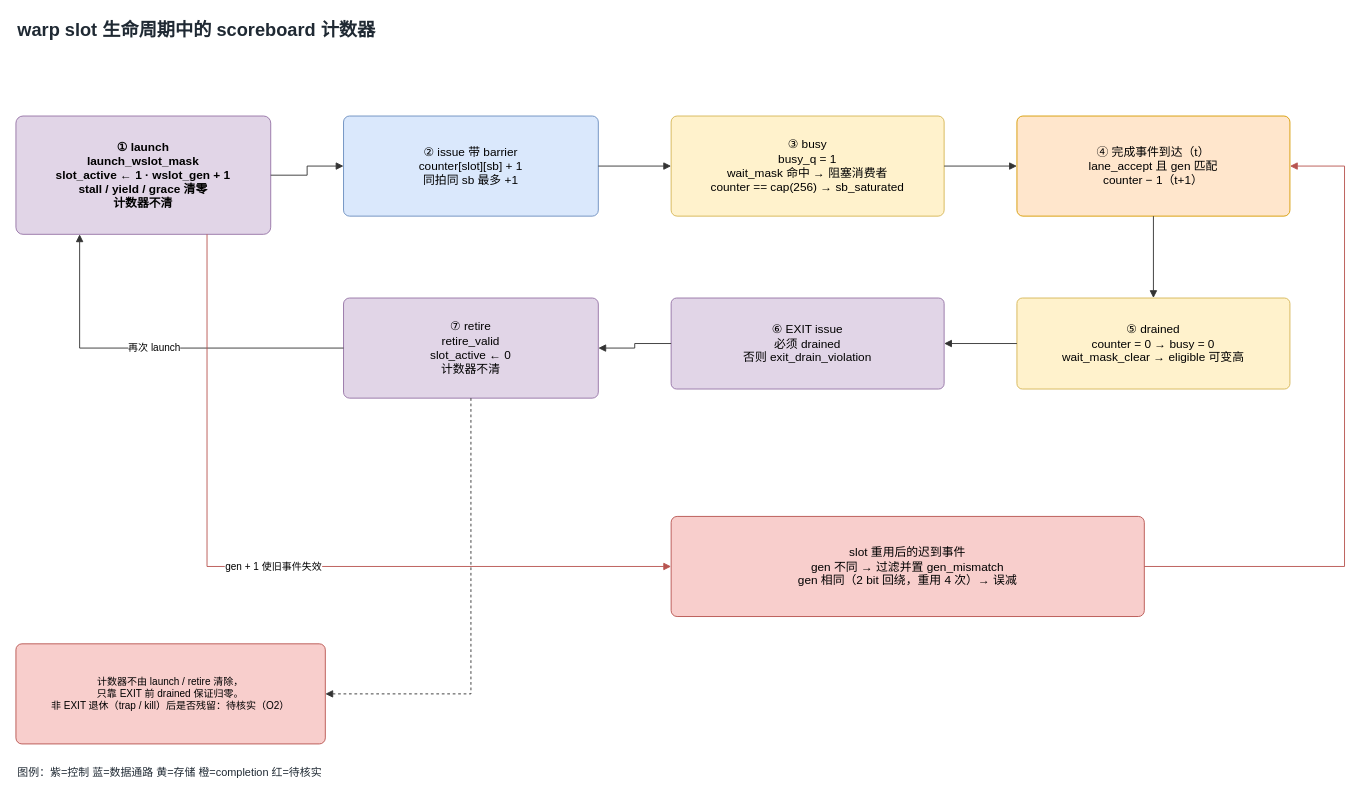
The draw.io diagram projects/currygpu_subcore_ppt169_20261004/sources/08-slot-lifecycle.drawio in WHUDYF/PPT-generate, before the edit. Source tidied: cells renumbered, new cells numbered last; positions are measured from the earlier drawing's top-left corner, leaving out a move shared by most shapes. Both pictures are drawn from the tidied source at 91%, with x=0, y=0 at pixel (15, 15).
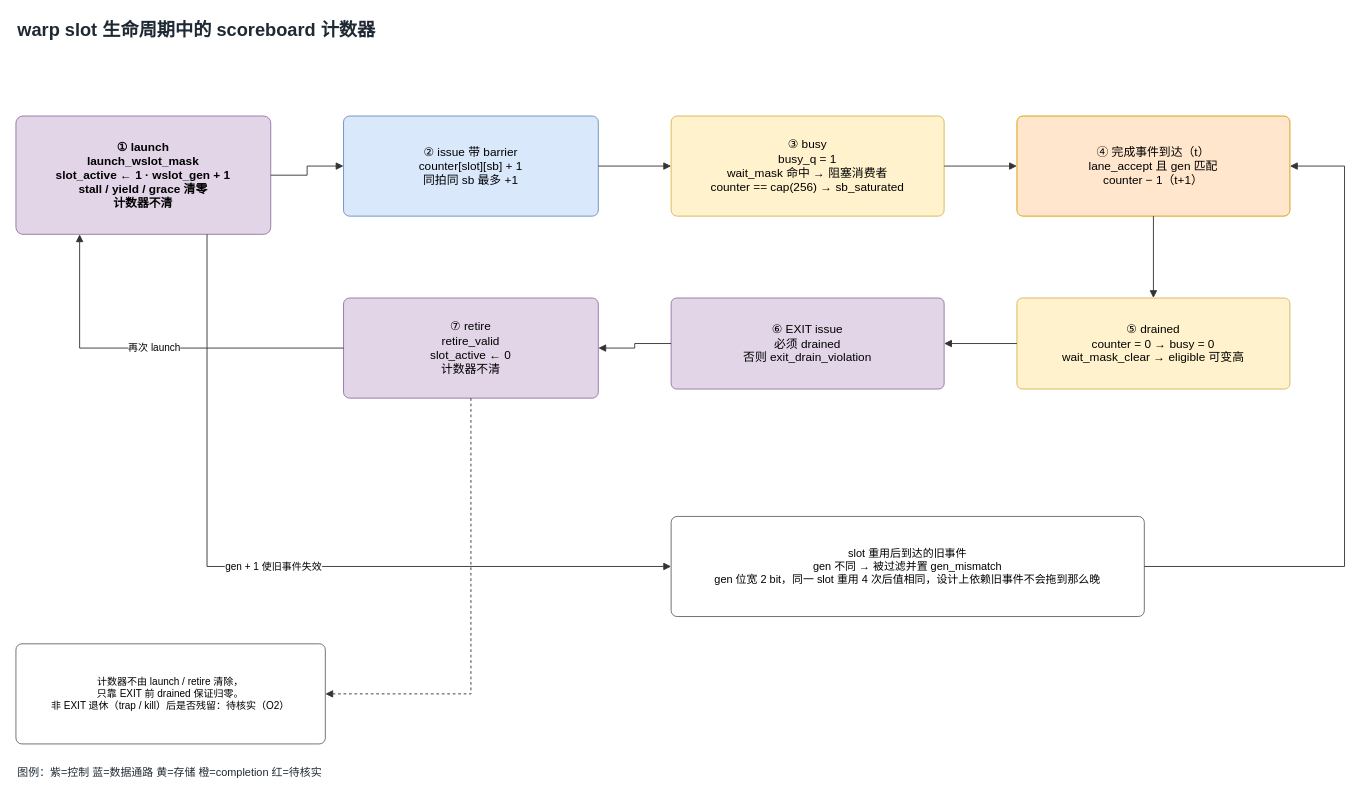
The same page after the edit.

The change refers to these unchanged cells:
```xml
<mxCell id="3" value="① launch&#10;launch_wslot_mask&#10;slot_active ← 1 · wslot_gen + 1&#10;stall / yield / grace 清零&#10;计数器不清" style="rounded=1;arcSize=6;whiteSpace=wrap;html=1;fillColor=#E1D5E7;strokeColor=#9673A6;fontSize=13;fontStyle=1;" parent="1" vertex="1">
  <mxGeometry y="110" width="280" height="130" as="geometry" />
</mxCell>
<mxCell id="6" value="④ 完成事件到达（t）&#10;lane_accept 且 gen 匹配&#10;counter − 1（t+1）" style="rounded=1;arcSize=6;whiteSpace=wrap;html=1;fillColor=#FFE6CC;strokeColor=#D79B00;fontSize=13;" parent="1" vertex="1">
  <mxGeometry x="1100" y="110" width="300" height="110" as="geometry" />
</mxCell>
```

What changed in the source:
```diff
@@
-    <mxCell id="10" value="slot 重用后的迟到事件&#10;gen 不同 → 过滤并置 gen_mismatch&#10;gen 相同（2 bit 回绕，重用 4 次）→ 误减" style="rounded=1;arcSize=6;whiteSpace=wrap;html=1;fillColor=#F8CECC;strokeColor=#B85450;fontSize=13;" parent="1" vertex="1">
+    <mxCell id="10" value="slot 重用后到达的旧事件&#10;gen 不同 → 被过滤并置 gen_mismatch&#10;gen 位宽 2 bit，同一 slot 重用 4 次后值相同，设计上依赖旧事件不会拖到那么晚" style="rounded=1;arcSize=6;whiteSpace=wrap;html=1;fillColor=#FFFFFF;strokeColor=#666666;fontSize=12;" parent="1" vertex="1">
       <mxGeometry x="720" y="550" width="520" height="110" as="geometry" />
     </mxCell>
-    <mxCell id="11" value="计数器不由 launch / retire 清除，&#10;只靠 EXIT 前 drained 保证归零。&#10;非 EXIT 退休（trap / kill）后是否残留：待核实（O2）" style="rounded=1;arcSize=6;whiteSpace=wrap;html=1;fillColor=#F8CECC;strokeColor=#B85450;fontSize=11;" parent="1" vertex="1">
+    <mxCell id="11" value="计数器不由 launch / retire 清除，&#10;只靠 EXIT 前 drained 保证归零。&#10;非 EXIT 退休（trap / kill）后是否残留：待核实（O2）" style="rounded=1;arcSize=6;whiteSpace=wrap;html=1;fillColor=#FFFFFF;strokeColor=#666666;fontSize=11;" parent="1" vertex="1">
       <mxGeometry y="690" width="340" height="110" as="geometry" />
     </mxCell>
@@
-    <mxCell id="19" value="gen + 1 使旧事件失效" style="edgeStyle=orthogonalEdgeStyle;rounded=0;html=1;endArrow=block;endFill=1;strokeColor=#B85450;fontSize=11;labelBackgroundColor=#FFFFFF;exitX=0.75;exitY=1;exitDx=0;exitDy=0;entryX=0;entryY=0.5;entryDx=0;entryDy=0;" parent="1" edge="1" source="3" target="10">
+    <mxCell id="19" value="gen + 1 使旧事件失效" style="edgeStyle=orthogonalEdgeStyle;rounded=0;html=1;endArrow=block;endFill=1;strokeColor=#333333;fontSize=11;labelBackgroundColor=#FFFFFF;exitX=0.75;exitY=1;exitDx=0;exitDy=0;entryX=0;entryY=0.5;entryDx=0;entryDy=0;" parent="1" edge="1" source="3" target="10">
       <mxGeometry relative="1" as="geometry">
         <Array as="points">
           <mxPoint x="210" y="605" />
         </Array>
       </mxGeometry>
     </mxCell>
-    <mxCell id="20" style="edgeStyle=orthogonalEdgeStyle;rounded=0;html=1;endArrow=block;endFill=1;strokeColor=#B85450;fontSize=11;labelBackgroundColor=#FFFFFF;exitX=1;exitY=0.5;exitDx=0;exitDy=0;entryX=1;entryY=0.5;entryDx=0;entryDy=0;" parent="1" edge="1" source="10" target="6">
+    <mxCell id="20" style="edgeStyle=orthogonalEdgeStyle;rounded=0;html=1;endArrow=block;endFill=1;strokeColor=#333333;fontSize=11;labelBackgroundColor=#FFFFFF;exitX=1;exitY=0.5;exitDx=0;exitDy=0;entryX=1;entryY=0.5;entryDx=0;entryDy=0;" parent="1" edge="1" source="10" target="6">
       <mxGeometry relative="1" as="geometry">
         <Array as="points">
           <mxPoint x="1460" y="605" />
           <mxPoint x="1460" y="165" />
         </Array>
       </mxGeometry>
     </mxCell>
```
